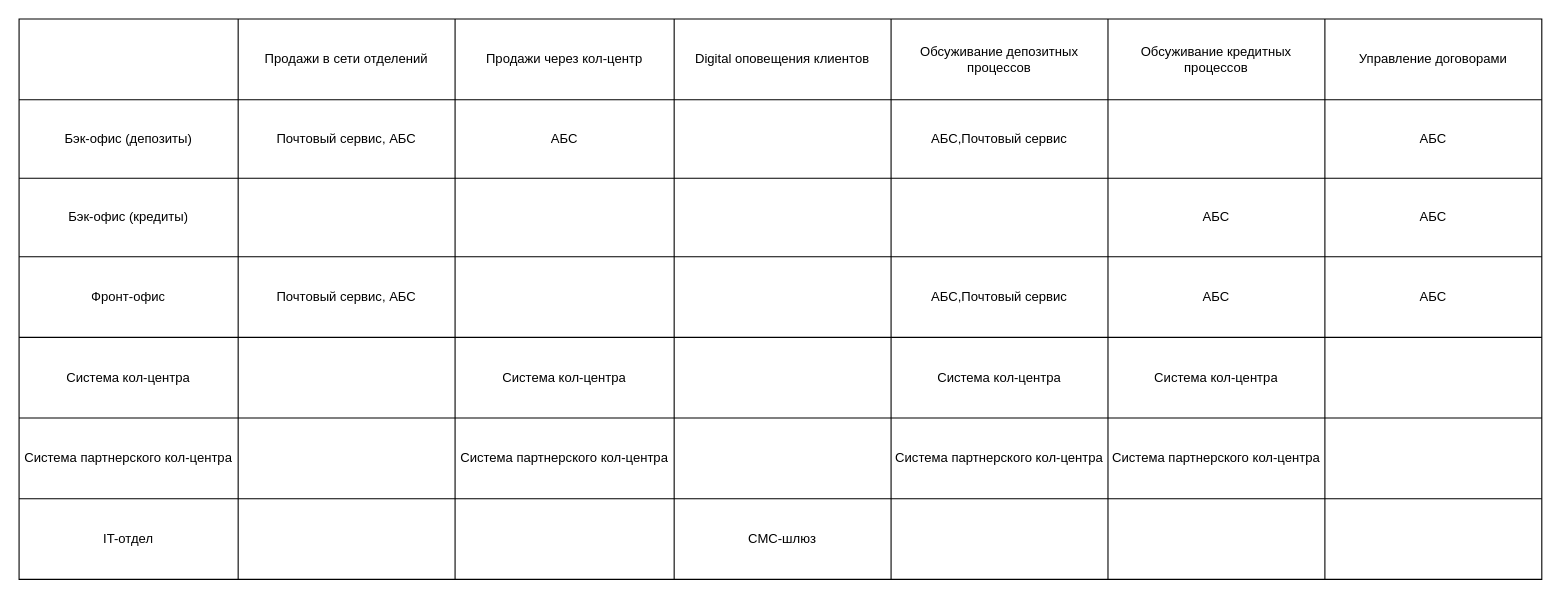
The draw.io diagram Task1/it-landscape.drawio in Khorunzhev/architecture-sprint-9, before the edit. Source tidied: cells renumbered, new cells numbered last; positions are measured from the earlier drawing's top-left corner, leaving out a move shared by most shapes. Both pictures are drawn from the tidied source at 109%, with x=0, y=0 at pixel (19, 19).
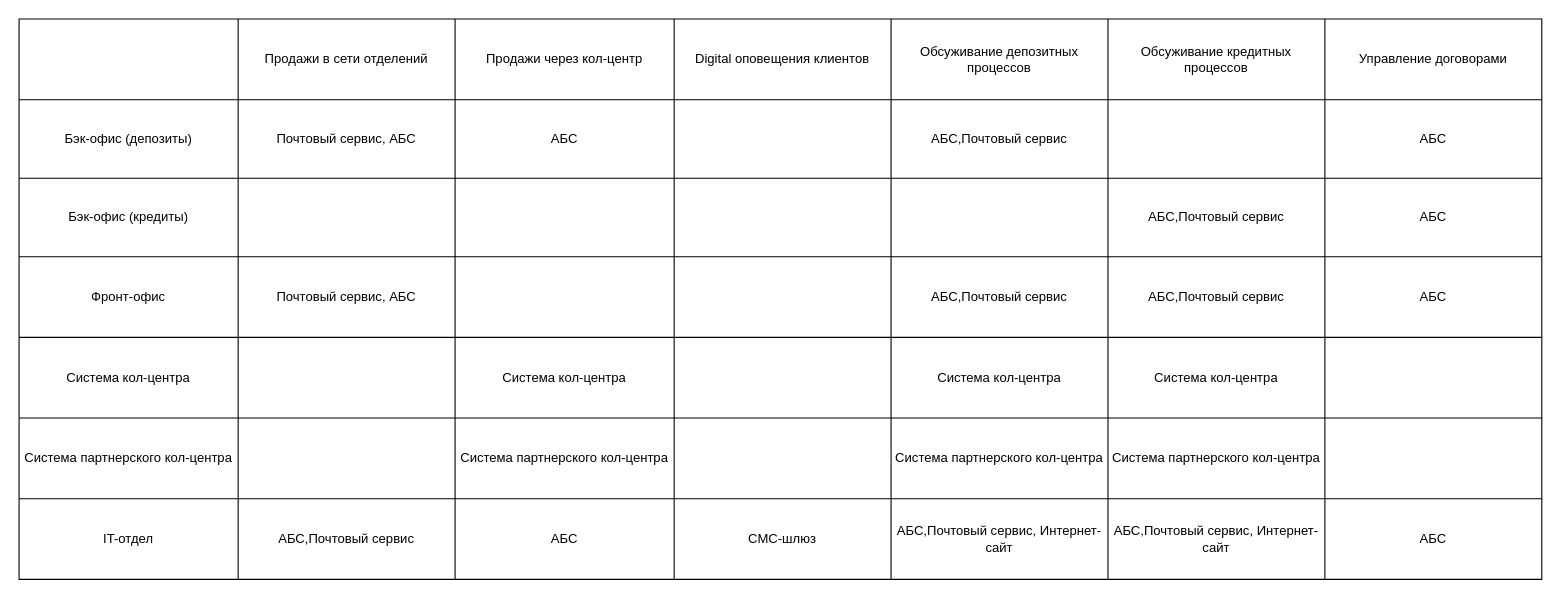
The same diagram, later.

The change refers to these unchanged cells:
```xml
<mxCell id="19" style="shape=tableRow;horizontal=0;startSize=0;swimlaneHead=0;swimlaneBody=0;strokeColor=inherit;top=0;left=0;bottom=0;right=0;fillColor=none;" parent="2" vertex="1">
  <mxGeometry y="146" width="1397" height="72" as="geometry" />
</mxCell>
<mxCell id="27" style="shape=tableRow;horizontal=0;startSize=0;swimlaneHead=0;swimlaneBody=0;strokeColor=inherit;top=0;left=0;bottom=0;right=0;fillColor=none;" parent="2" vertex="1">
  <mxGeometry y="218" width="1397" height="74" as="geometry" />
</mxCell>
<mxCell id="51" style="shape=tableRow;horizontal=0;startSize=0;swimlaneHead=0;swimlaneBody=0;strokeColor=inherit;top=0;left=0;bottom=0;right=0;fillColor=none;" parent="2" vertex="1">
  <mxGeometry y="440" width="1397" height="74" as="geometry" />
</mxCell>
```

Change to the diagram source:
```diff
@@
-    <mxCell id="25" value="АБС" style="shape=partialRectangle;html=1;whiteSpace=wrap;strokeColor=inherit;overflow=hidden;fillColor=none;top=0;left=0;bottom=0;right=0;" parent="19" vertex="1">
+    <mxCell id="25" value="АБС,Почтовый сервис" style="shape=partialRectangle;html=1;whiteSpace=wrap;strokeColor=inherit;overflow=hidden;fillColor=none;top=0;left=0;bottom=0;right=0;" parent="19" vertex="1">
       <mxGeometry x="999" width="199" height="72" as="geometry" />
     </mxCell>
@@
-    <mxCell id="33" value="АБС" style="shape=partialRectangle;html=1;whiteSpace=wrap;strokeColor=inherit;overflow=hidden;fillColor=none;top=0;left=0;bottom=0;right=0;" parent="27" vertex="1">
+    <mxCell id="33" value="АБС,Почтовый сервис" style="shape=partialRectangle;html=1;whiteSpace=wrap;strokeColor=inherit;overflow=hidden;fillColor=none;top=0;left=0;bottom=0;right=0;" parent="27" vertex="1">
       <mxGeometry x="999" width="199" height="74" as="geometry" />
     </mxCell>
@@
-    <mxCell id="53" style="shape=partialRectangle;html=1;whiteSpace=wrap;strokeColor=inherit;overflow=hidden;fillColor=none;top=0;left=0;bottom=0;right=0;" parent="51" vertex="1">
+    <mxCell id="53" value="АБС,Почтовый сервис" style="shape=partialRectangle;html=1;whiteSpace=wrap;strokeColor=inherit;overflow=hidden;fillColor=none;top=0;left=0;bottom=0;right=0;" parent="51" vertex="1">
       <mxGeometry x="201" width="199" height="74" as="geometry" />
     </mxCell>
-    <mxCell id="54" style="shape=partialRectangle;html=1;whiteSpace=wrap;strokeColor=inherit;overflow=hidden;fillColor=none;top=0;left=0;bottom=0;right=0;" parent="51" vertex="1">
+    <mxCell id="54" value="АБС" style="shape=partialRectangle;html=1;whiteSpace=wrap;strokeColor=inherit;overflow=hidden;fillColor=none;top=0;left=0;bottom=0;right=0;" parent="51" vertex="1">
       <mxGeometry x="400" width="201" height="74" as="geometry" />
     </mxCell>
@@
-    <mxCell id="56" style="shape=partialRectangle;html=1;whiteSpace=wrap;strokeColor=inherit;overflow=hidden;fillColor=none;top=0;left=0;bottom=0;right=0;" parent="51" vertex="1">
+    <mxCell id="56" value="АБС,Почтовый сервис, Интернет-сайт" style="shape=partialRectangle;html=1;whiteSpace=wrap;strokeColor=inherit;overflow=hidden;fillColor=none;top=0;left=0;bottom=0;right=0;" parent="51" vertex="1">
       <mxGeometry x="800" width="199" height="74" as="geometry" />
     </mxCell>
-    <mxCell id="57" style="shape=partialRectangle;html=1;whiteSpace=wrap;strokeColor=inherit;overflow=hidden;fillColor=none;top=0;left=0;bottom=0;right=0;" parent="51" vertex="1">
+    <mxCell id="57" value="АБС,Почтовый сервис, Интернет-сайт" style="shape=partialRectangle;html=1;whiteSpace=wrap;strokeColor=inherit;overflow=hidden;fillColor=none;top=0;left=0;bottom=0;right=0;" parent="51" vertex="1">
       <mxGeometry x="999" width="199" height="74" as="geometry" />
     </mxCell>
-    <mxCell id="58" style="shape=partialRectangle;html=1;whiteSpace=wrap;strokeColor=inherit;overflow=hidden;fillColor=none;top=0;left=0;bottom=0;right=0;" parent="51" vertex="1">
+    <mxCell id="58" value="АБС" style="shape=partialRectangle;html=1;whiteSpace=wrap;strokeColor=inherit;overflow=hidden;fillColor=none;top=0;left=0;bottom=0;right=0;" parent="51" vertex="1">
       <mxGeometry x="1198" width="199" height="74" as="geometry" />
     </mxCell>
```
